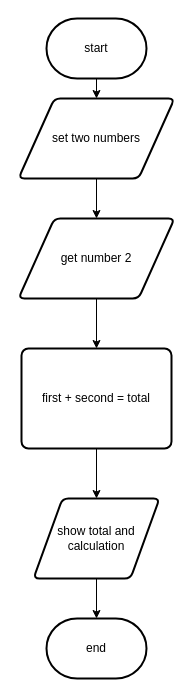
devin-jhu/ICS3U-Unit3-01-Python keeps this draw.io diagram as flow.drawio. Above is the earlier version. Source tidied: cells renumbered, new cells numbered last; positions are measured from the earlier drawing's top-left corner, leaving out a move shared by most shapes. Both pictures are drawn from the tidied source at 100%, with x=0, y=0 at pixel (18, 18).
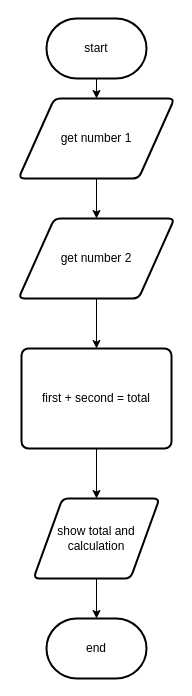
After the change.

The edit, as a diff of the source:
```diff
@@
 <mxGraphModel>
   <root>
     <mxCell id="0" />
     <mxCell id="1" parent="0" />
     <mxCell id="2" style="edgeStyle=none;html=1;exitX=0.5;exitY=1;exitDx=0;exitDy=0;exitPerimeter=0;entryX=0.5;entryY=0;entryDx=0;entryDy=0;" parent="1" edge="1" source="3" target="5">
       <mxGeometry relative="1" as="geometry" />
     </mxCell>
     <mxCell id="3" value="start" style="strokeWidth=2;html=1;shape=mxgraph.flowchart.terminator;whiteSpace=wrap;" parent="1" vertex="1">
       <mxGeometry x="28" width="100" height="60" as="geometry" />
     </mxCell>
     <mxCell id="4" style="edgeStyle=none;html=1;exitX=0.5;exitY=1;exitDx=0;exitDy=0;" parent="1" edge="1" source="5" target="12">
       <mxGeometry relative="1" as="geometry" />
     </mxCell>
-    <mxCell id="5" value="set two numbers" style="shape=parallelogram;html=1;strokeWidth=2;perimeter=parallelogramPerimeter;whiteSpace=wrap;rounded=1;arcSize=12;size=0.23;" parent="1" vertex="1">
+    <mxCell id="5" value="get number 1" style="shape=parallelogram;html=1;strokeWidth=2;perimeter=parallelogramPerimeter;whiteSpace=wrap;rounded=1;arcSize=12;size=0.23;" parent="1" vertex="1">
       <mxGeometry y="80" width="156" height="80" as="geometry" />
     </mxCell>
     <mxCell id="6" style="edgeStyle=none;html=1;exitX=0.5;exitY=1;exitDx=0;exitDy=0;entryX=0.5;entryY=0;entryDx=0;entryDy=0;" parent="1" edge="1" source="7" target="9">
       <mxGeometry relative="1" as="geometry" />
     </mxCell>
     <mxCell id="7" value="first + second = total" style="rounded=1;whiteSpace=wrap;html=1;absoluteArcSize=1;arcSize=14;strokeWidth=2;" parent="1" vertex="1">
       <mxGeometry x="3" y="330" width="150" height="100" as="geometry" />
     </mxCell>
     <mxCell id="8" style="edgeStyle=none;html=1;exitX=0.5;exitY=1;exitDx=0;exitDy=0;entryX=0.5;entryY=0;entryDx=0;entryDy=0;entryPerimeter=0;" parent="1" edge="1" source="9" target="10">
       <mxGeometry relative="1" as="geometry" />
     </mxCell>
     <mxCell id="9" value="show total and calculation" style="shape=parallelogram;html=1;strokeWidth=2;perimeter=parallelogramPerimeter;whiteSpace=wrap;rounded=1;arcSize=12;size=0.23;" parent="1" vertex="1">
       <mxGeometry x="15" y="480" width="126" height="80" as="geometry" />
     </mxCell>
     <mxCell id="10" value="end" style="strokeWidth=2;html=1;shape=mxgraph.flowchart.terminator;whiteSpace=wrap;" parent="1" vertex="1">
       <mxGeometry x="28" y="600" width="100" height="60" as="geometry" />
     </mxCell>
     <mxCell id="11" style="edgeStyle=none;html=1;exitX=0.5;exitY=1;exitDx=0;exitDy=0;entryX=0.5;entryY=0;entryDx=0;entryDy=0;" parent="1" edge="1" source="12" target="7">
       <mxGeometry relative="1" as="geometry" />
     </mxCell>
     <mxCell id="12" value="get number 2" style="shape=parallelogram;html=1;strokeWidth=2;perimeter=parallelogramPerimeter;whiteSpace=wrap;rounded=1;arcSize=12;size=0.23;" parent="1" vertex="1">
       <mxGeometry y="200" width="156" height="80" as="geometry" />
     </mxCell>
   </root>
 </mxGraphModel>
```
